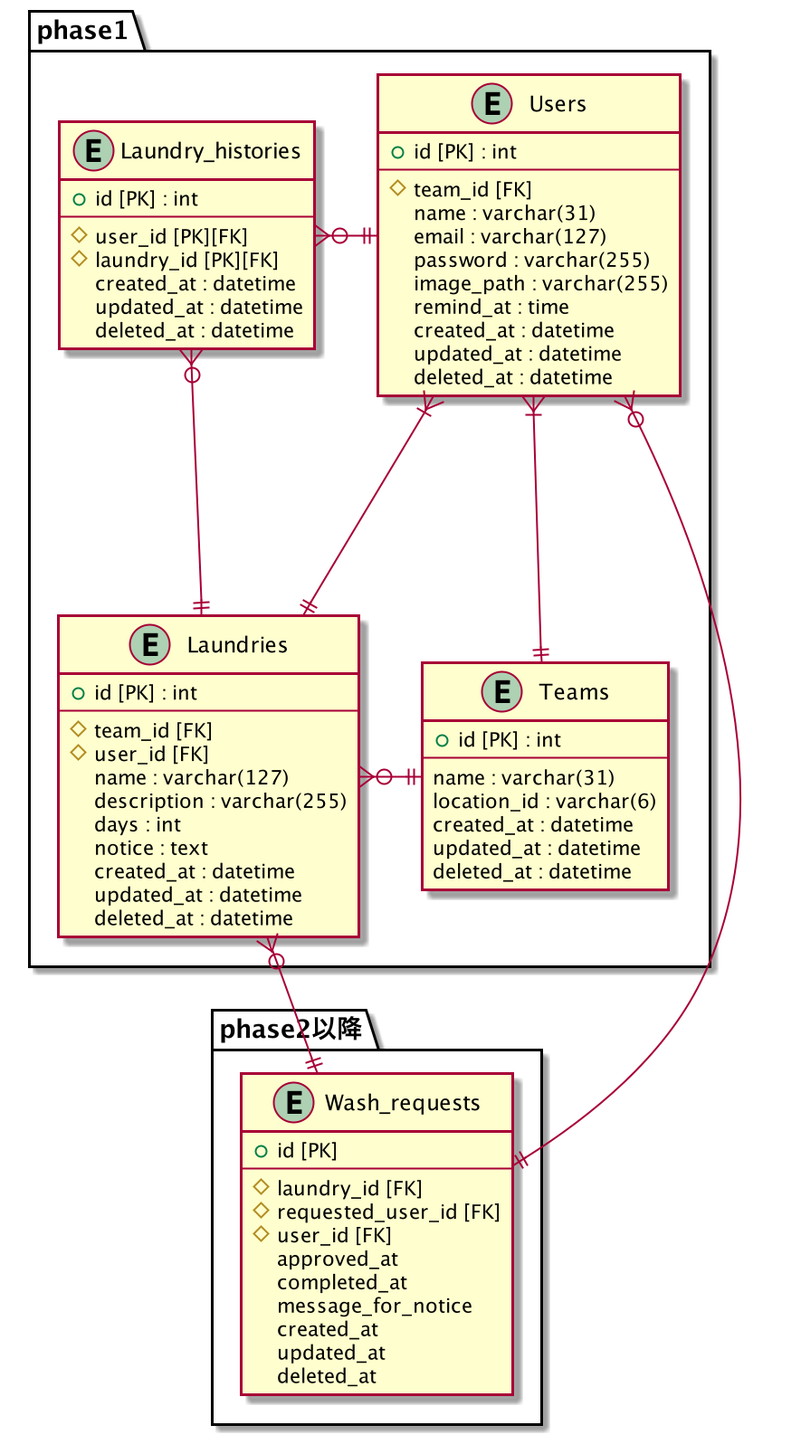
mixa393/mohumohu keeps this PlantUML diagram as docs/ER図.png. Above is the earlier version.
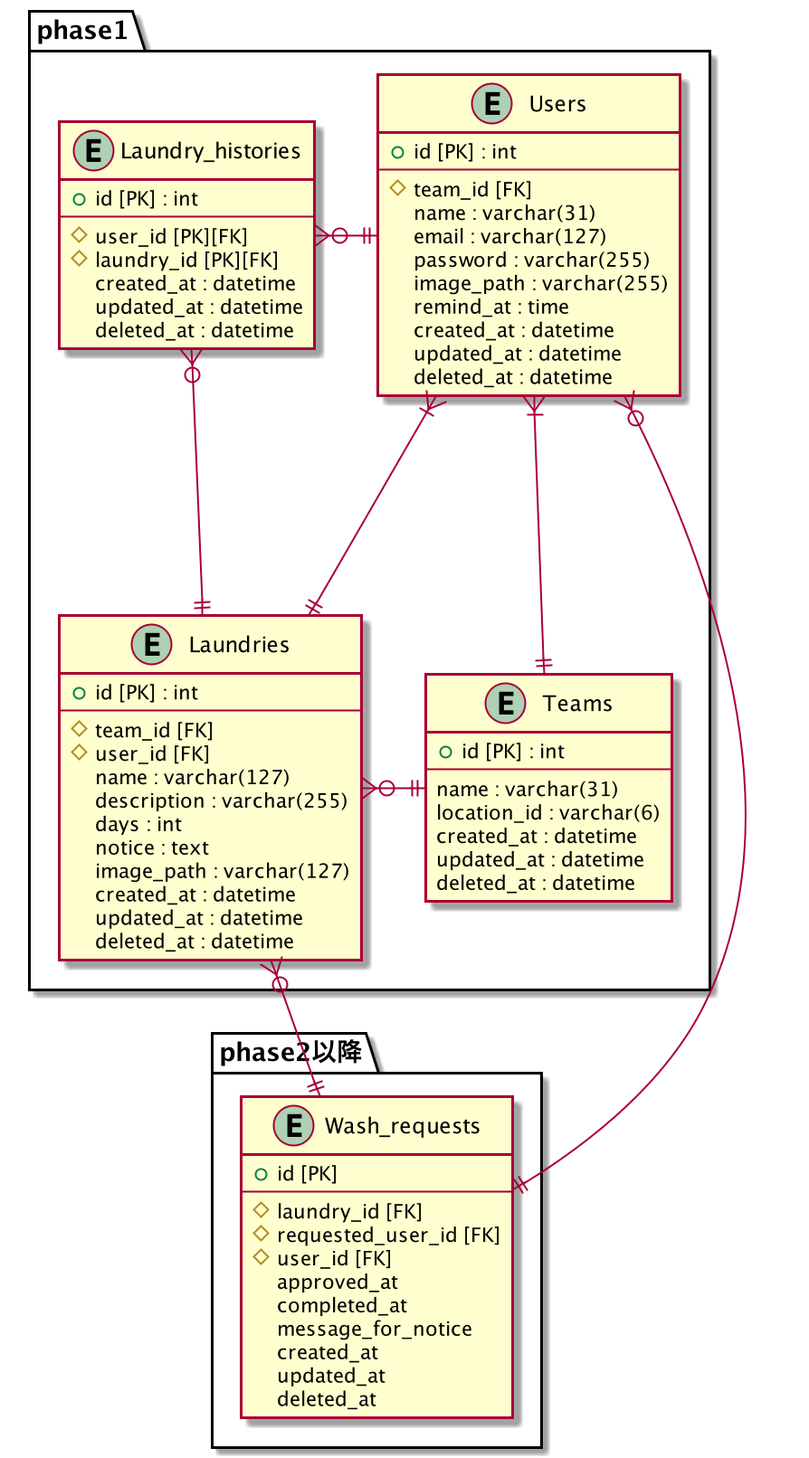
Later version of the same file.

Commit message:
Fix: ER図にimage_pathカラム追加

What changed in the source:
```diff
@@ -45,6 +45,7 @@
     description : varchar(255)
     days : int
     notice : text
+    image_path : varchar(127)
     created_at : datetime
     updated_at : datetime
     deleted_at : datetime
```
